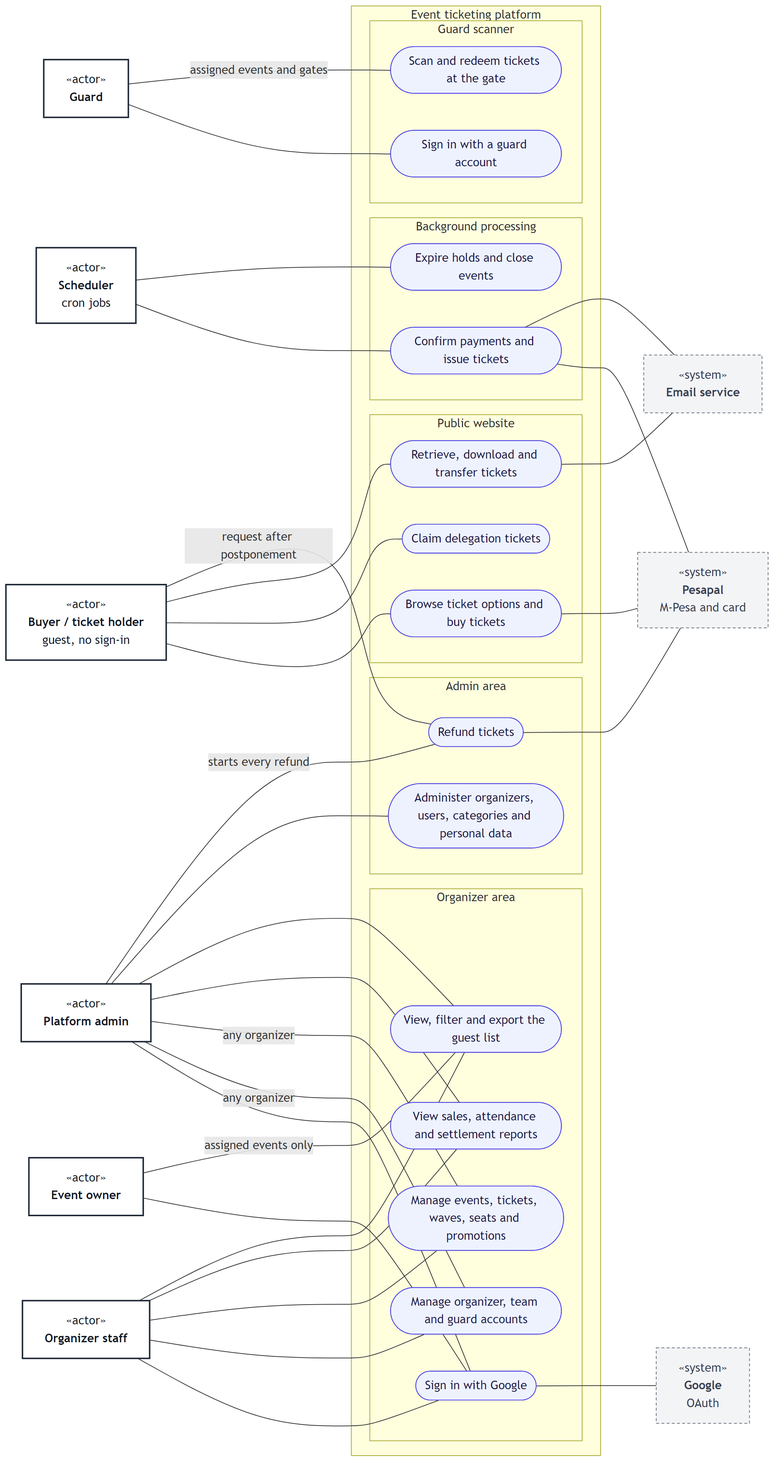
Earlier version of the Mermaid export doc/diagrams/use-cases/00-overview.png (kreativesahara/ticket). Its source is kept beside it as doc/diagrams/use-cases/00-overview.mmd. The source it was exported from:
```mermaid
flowchart LR
    classDef actor fill:#ffffff,stroke:#1f2937,stroke-width:2px,color:#111827
    classDef external fill:#f3f4f6,stroke:#6b7280,stroke-width:1px,stroke-dasharray:4 3,color:#374151
    classDef usecase fill:#eef2ff,stroke:#4f46e5,stroke-width:1px,color:#1e1b4b

    Buyer["«actor»<br/><b>Buyer / ticket holder</b><br/>guest, no sign-in"]:::actor
    Guard["«actor»<br/><b>Guard</b>"]:::actor
    Staff["«actor»<br/><b>Organizer staff</b>"]:::actor
    Owner["«actor»<br/><b>Event owner</b>"]:::actor
    Admin["«actor»<br/><b>Platform admin</b>"]:::actor
    Scheduler["«actor»<br/><b>Scheduler</b><br/>cron jobs"]:::actor

    subgraph SYS["Event ticketing platform"]
        subgraph PUB["Public website"]
            A(["Browse ticket options and buy tickets"]):::usecase
            B(["Claim delegation tickets"]):::usecase
            C(["Retrieve, download and transfer tickets"]):::usecase
        end
        subgraph GATE["Guard scanner"]
            E(["Sign in with a guard account"]):::usecase
            I(["Scan and redeem tickets at the gate"]):::usecase
        end
        subgraph ORG["Organizer area"]
            D(["Sign in with Google"]):::usecase
            F(["Manage organizer, team and guard accounts"]):::usecase
            G(["Manage events, tickets, waves, seats and promotions"]):::usecase
            H(["View, filter and export the guest list"]):::usecase
            J(["View sales, attendance and settlement reports"]):::usecase
        end
        subgraph ADM["Admin area"]
            K(["Administer organizers, users, categories and personal data"]):::usecase
            L(["Refund tickets"]):::usecase
        end
        subgraph BG["Background processing"]
            M(["Confirm payments and issue tickets"]):::usecase
            N(["Expire holds and close events"]):::usecase
        end
    end

    Google["«system»<br/><b>Google</b><br/>OAuth"]:::external
    Pesapal["«system»<br/><b>Pesapal</b><br/>M-Pesa and card"]:::external
    Email["«system»<br/><b>Email service</b>"]:::external

    Buyer --- A
    Buyer --- B
    Buyer --- C
    Buyer ---|"request after postponement"| L
    Guard --- E
    Guard ---|"assigned events and gates"| I
    Staff --- D
    Staff --- F
    Staff --- G
    Staff --- J
    Staff --- H
    Owner --- D
    Owner ---|"assigned events only"| H
    Admin --- D
    Admin ---|"any organizer"| F
    Admin ---|"any organizer"| G
    Admin --- J
    Admin --- H
    Admin --- K
    Admin ---|"starts every refund"| L
    Scheduler --- M
    Scheduler --- N

    C --- Email
    A --- Pesapal
    L --- Pesapal
    M --- Pesapal
    M --- Email
    D --- Google
```
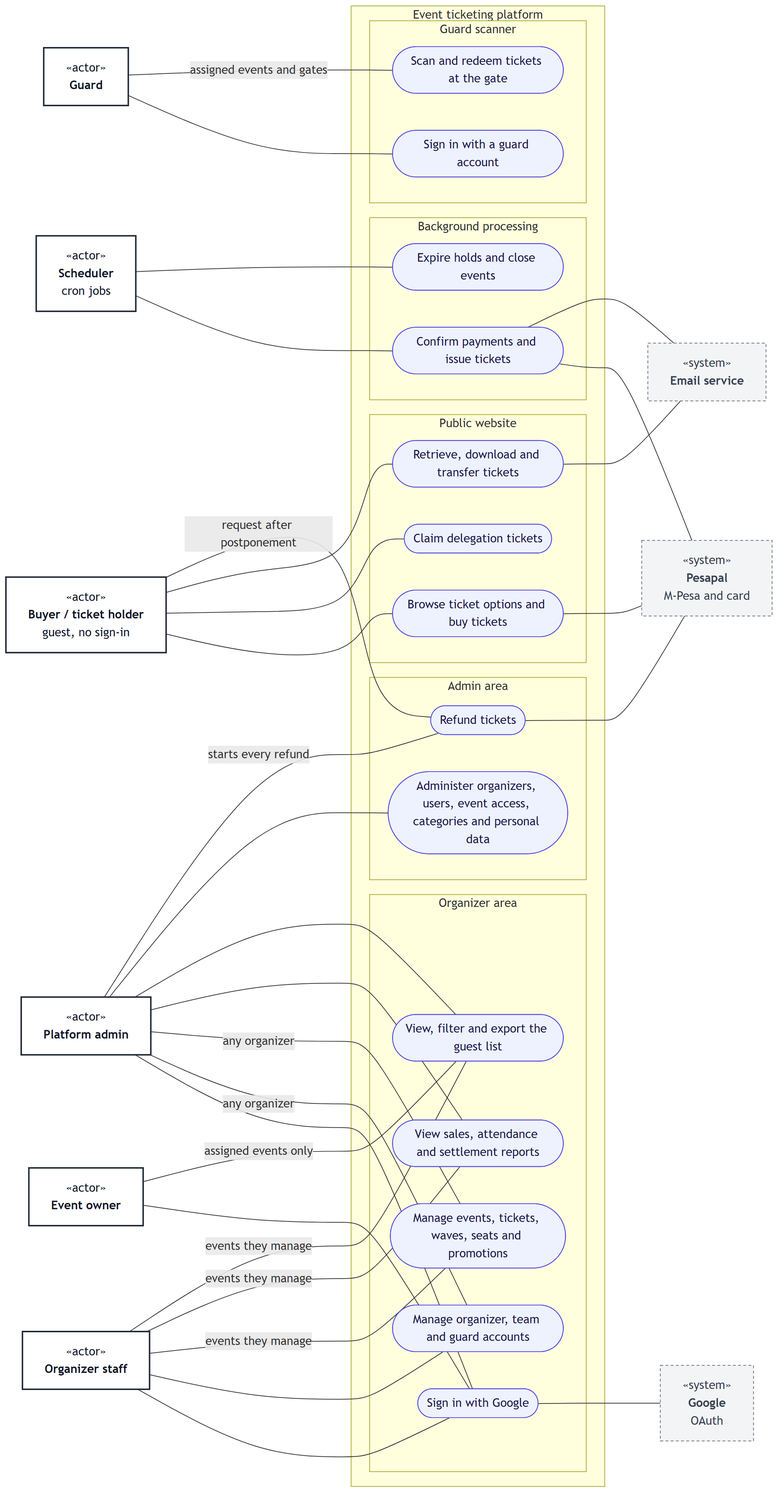
Above is the later version.

Diff of the diagram source:
```diff
@@ -28,7 +28,7 @@
             J(["View sales, attendance and settlement reports"]):::usecase
         end
         subgraph ADM["Admin area"]
-            K(["Administer organizers, users, categories and personal data"]):::usecase
+            K(["Administer organizers, users, event access, categories and personal data"]):::usecase
             L(["Refund tickets"]):::usecase
         end
         subgraph BG["Background processing"]
@@ -49,9 +49,9 @@
     Guard ---|"assigned events and gates"| I
     Staff --- D
     Staff --- F
-    Staff --- G
-    Staff --- J
-    Staff --- H
+    Staff ---|"events they manage"| G
+    Staff ---|"events they manage"| J
+    Staff ---|"events they manage"| H
     Owner --- D
     Owner ---|"assigned events only"| H
     Admin --- D
```
